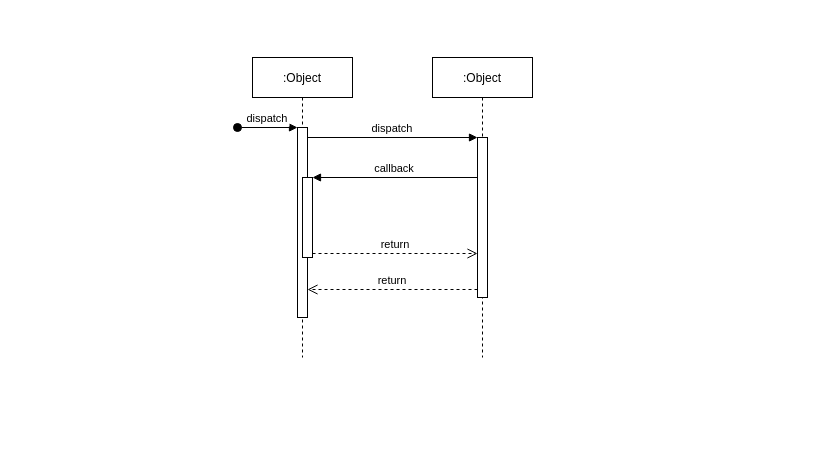
Above: Sequence Diagram.drawio in fasil712/UML_Diagram_Design (draw.io), before the change. Source tidied: cells renumbered, new cells numbered last; positions are measured from the earlier drawing's top-left corner, leaving out a move shared by most shapes. Both pictures are drawn from the tidied source at 100%, with x=0, y=0 at pixel (237, 57).
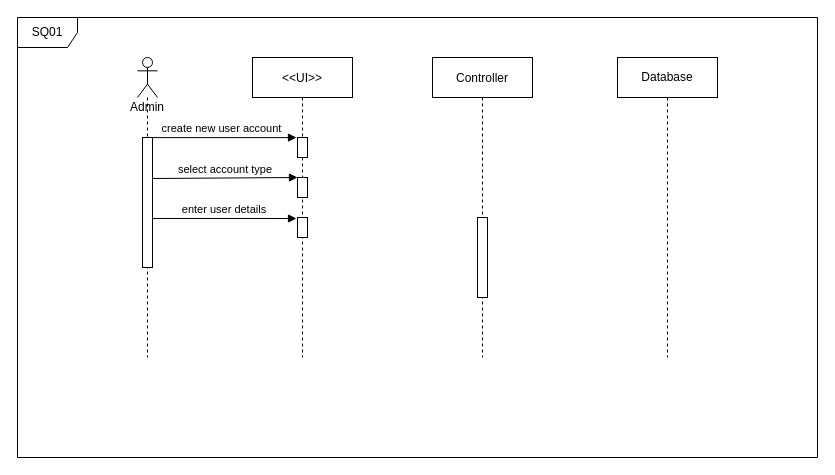
The same page after the edit.

What changed in the source:
```diff
@@
 <mxGraphModel>
   <root>
     <mxCell id="0" />
     <mxCell id="1" parent="0" />
-    <mxCell id="2" value=":Object" style="shape=umlLifeline;perimeter=lifelinePerimeter;rounded=0;shadow=0;strokeWidth=1;" parent="1" vertex="1">
+    <mxCell id="2" value="&lt;&lt;UI&gt;&gt;" style="shape=umlLifeline;perimeter=lifelinePerimeter;rounded=0;shadow=0;strokeWidth=1;" parent="1" vertex="1">
       <mxGeometry x="15" width="100" height="300" as="geometry" />
     </mxCell>
     <mxCell id="3" style="points=[];perimeter=orthogonalPerimeter;rounded=0;shadow=0;strokeWidth=1;" parent="2" vertex="1">
-      <mxGeometry x="45" y="70" width="10" height="190" as="geometry" />
+      <mxGeometry x="45" y="80" width="10" height="20" as="geometry" />
     </mxCell>
-    <mxCell id="4" value="dispatch" style="verticalAlign=bottom;startArrow=oval;endArrow=block;startSize=8;shadow=0;strokeWidth=1;" parent="2" edge="1" target="3">
-      <mxGeometry relative="1" as="geometry">
-        <mxPoint x="-15" y="70" as="sourcePoint" />
-      </mxGeometry>
-    </mxCell>
-    <mxCell id="5" style="points=[];perimeter=orthogonalPerimeter;rounded=0;shadow=0;strokeWidth=1;" parent="2" vertex="1">
-      <mxGeometry x="50" y="120" width="10" height="80" as="geometry" />
-    </mxCell>
+    <mxCell id="12" style="html=1;perimeter=orthogonalPerimeter;" parent="2" vertex="1">
+      <mxGeometry x="45" y="120" width="10" height="20" as="geometry" />
+    </mxCell>
+    <mxCell id="13" style="html=1;points=[];perimeter=orthogonalPerimeter;" parent="2" vertex="1">
+      <mxGeometry x="45" y="160" width="10" height="20" as="geometry" />
+    </mxCell>
-    <mxCell id="6" value=":Object" style="shape=umlLifeline;perimeter=lifelinePerimeter;rounded=0;shadow=0;strokeWidth=1;" parent="1" vertex="1">
+    <mxCell id="6" value="Controller" style="shape=umlLifeline;perimeter=lifelinePerimeter;rounded=0;shadow=0;strokeWidth=1;" parent="1" vertex="1">
       <mxGeometry x="195" width="100" height="300" as="geometry" />
     </mxCell>
     <mxCell id="7" style="points=[];perimeter=orthogonalPerimeter;rounded=0;shadow=0;strokeWidth=1;" parent="6" vertex="1">
-      <mxGeometry x="45" y="80" width="10" height="160" as="geometry" />
+      <mxGeometry x="45" y="160" width="10" height="80" as="geometry" />
     </mxCell>
-    <mxCell id="8" value="return" style="verticalAlign=bottom;endArrow=open;dashed=1;endSize=8;exitX=0;exitY=0.95;shadow=0;strokeWidth=1;" parent="1" edge="1" source="7" target="3">
-      <mxGeometry relative="1" as="geometry" />
-    </mxCell>
-    <mxCell id="9" value="dispatch" style="verticalAlign=bottom;endArrow=block;entryX=0;entryY=0;shadow=0;strokeWidth=1;" parent="1" edge="1" source="3" target="7">
+    <mxCell id="9" value="create new user account" style="verticalAlign=bottom;endArrow=block;shadow=0;strokeWidth=1;entryX=-0.1;entryY=0.005;entryDx=0;entryDy=0;entryPerimeter=0;" parent="1" edge="1" source="14" target="3">
       <mxGeometry relative="1" as="geometry" />
     </mxCell>
-    <mxCell id="10" value="callback" style="verticalAlign=bottom;endArrow=block;entryX=1;entryY=0;shadow=0;strokeWidth=1;" parent="1" edge="1" source="7" target="5">
-      <mxGeometry relative="1" as="geometry" />
-    </mxCell>
-    <mxCell id="11" value="return" style="verticalAlign=bottom;endArrow=open;dashed=1;endSize=8;exitX=1;exitY=0.95;shadow=0;strokeWidth=1;" parent="1" edge="1" source="5" target="7">
-      <mxGeometry relative="1" as="geometry" />
-    </mxCell>
+    <mxCell id="14" value="Admin" style="shape=umlLifeline;participant=umlActor;perimeter=lifelinePerimeter;whiteSpace=wrap;html=1;verticalAlign=top;spacingTop=36;outlineConnect=0;size=40;" parent="1" vertex="1">
+      <mxGeometry x="-100" width="20" height="300" as="geometry" />
+    </mxCell>
+    <mxCell id="15" style="html=1;points=[];perimeter=orthogonalPerimeter;" parent="14" vertex="1">
+      <mxGeometry x="5" y="80" width="10" height="130" as="geometry" />
+    </mxCell>
+    <mxCell id="16" value="Database" style="shape=umlLifeline;perimeter=lifelinePerimeter;whiteSpace=wrap;html=1;" parent="1" vertex="1">
+      <mxGeometry x="380" width="100" height="300" as="geometry" />
+    </mxCell>
+    <mxCell id="17" value="select account type" style="verticalAlign=bottom;endArrow=block;shadow=0;strokeWidth=1;" parent="1" edge="1">
+      <mxGeometry relative="1" as="geometry">
+        <mxPoint x="-85" y="121" as="sourcePoint" />
+        <mxPoint x="60" y="120" as="targetPoint" />
+      </mxGeometry>
+    </mxCell>
+    <mxCell id="18" value="enter user details" style="verticalAlign=bottom;endArrow=block;shadow=0;strokeWidth=1;entryX=-0.1;entryY=0.05;entryDx=0;entryDy=0;entryPerimeter=0;exitX=1;exitY=0.623;exitDx=0;exitDy=0;exitPerimeter=0;" parent="1" edge="1" source="15" target="13">
+      <mxGeometry relative="1" as="geometry" />
+    </mxCell>
+    <mxCell id="19" value="SQ01" style="shape=umlFrame;whiteSpace=wrap;html=1;" parent="1" vertex="1">
+      <mxGeometry x="-220" y="-40" width="800" height="440" as="geometry" />
+    </mxCell>
   </root>
 </mxGraphModel>
```
